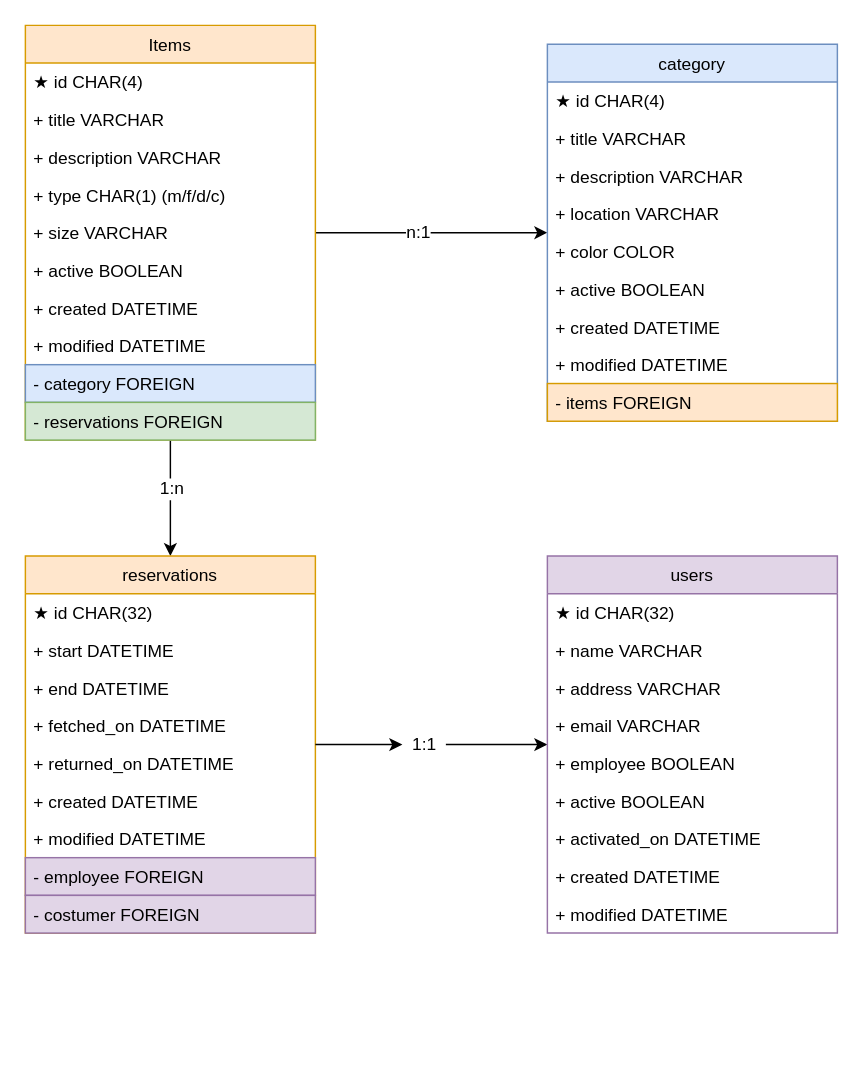
Above: draw.io/dbstructure.drawio in Lustiges-aus-dem-Computer/Gaidaros (draw.io), before the change. Source tidied: cells renumbered, new cells numbered last; positions are measured from the earlier drawing's top-left corner, leaving out a move shared by most shapes. Both pictures are drawn from the tidied source at 145%, with x=0, y=0 at pixel (25, 25).
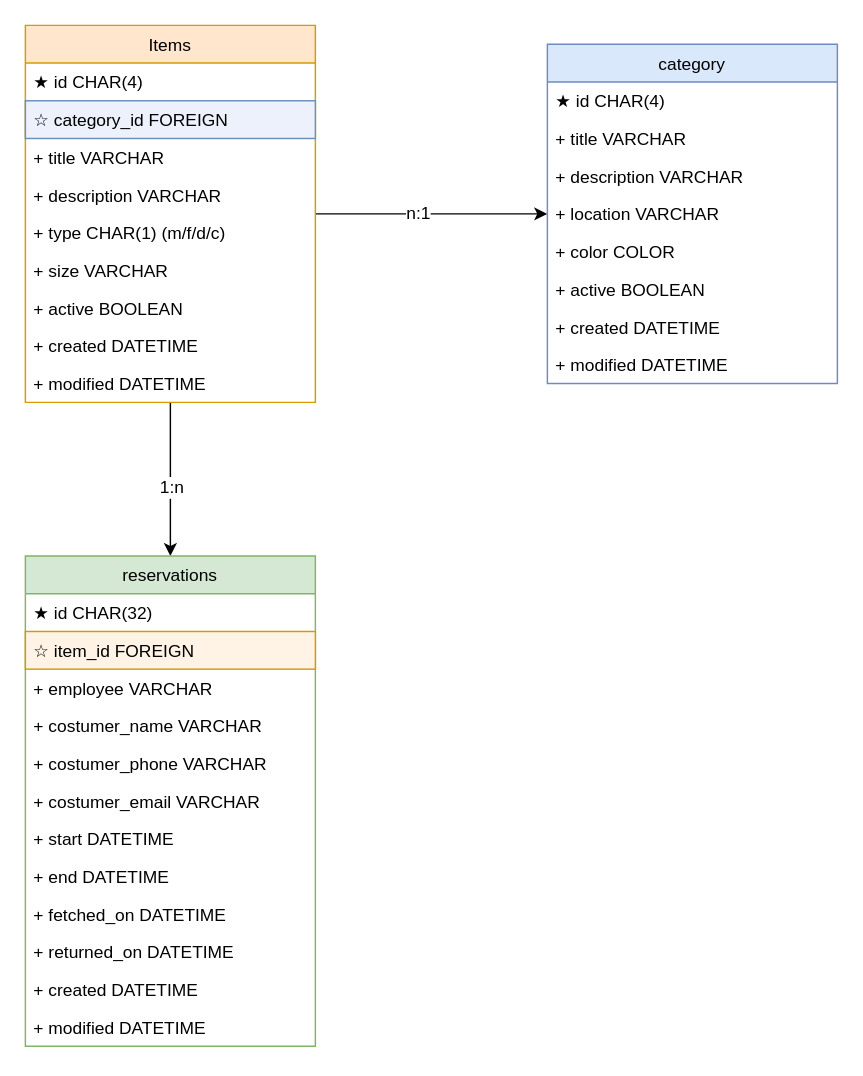
The same page after the edit.

Diff of the diagram source:
```diff
@@
     <mxCell id="6" value="Items" style="swimlane;fontStyle=0;horizontal=1;startSize=26;fillColor=#ffe6cc;strokeColor=#d79b00;" parent="1" vertex="1">
-      <mxGeometry width="200" height="286" as="geometry" />
+      <mxGeometry width="200" height="260" as="geometry" />
     </mxCell>
@@
+    <mxCell id="15" value="☆ category_id FOREIGN" style="text;align=left;verticalAlign=top;spacingLeft=4;spacingRight=4;overflow=hidden;fillColor=#EDF1FC;strokeColor=#6c8ebf;" parent="6" vertex="1">
+      <mxGeometry y="52" width="200" height="26" as="geometry" />
+    </mxCell>
     <mxCell id="8" value="+ title VARCHAR" style="text;strokeColor=none;fillColor=none;align=left;verticalAlign=top;spacingLeft=4;spacingRight=4;overflow=hidden;" parent="6" vertex="1">
-      <mxGeometry y="52" width="200" height="26" as="geometry" />
+      <mxGeometry y="78" width="200" height="26" as="geometry" />
     </mxCell>
     <mxCell id="9" value="+ description VARCHAR" style="text;strokeColor=none;fillColor=none;align=left;verticalAlign=top;spacingLeft=4;spacingRight=4;overflow=hidden;" parent="6" vertex="1">
-      <mxGeometry y="78" width="200" height="26" as="geometry" />
+      <mxGeometry y="104" width="200" height="26" as="geometry" />
     </mxCell>
     <mxCell id="10" value="+ type CHAR(1) (m/f/d/c)" style="text;strokeColor=none;fillColor=none;align=left;verticalAlign=top;spacingLeft=4;spacingRight=4;overflow=hidden;" parent="6" vertex="1">
-      <mxGeometry y="104" width="200" height="26" as="geometry" />
+      <mxGeometry y="130" width="200" height="26" as="geometry" />
     </mxCell>
     <mxCell id="11" value="+ size VARCHAR" style="text;strokeColor=none;fillColor=none;align=left;verticalAlign=top;spacingLeft=4;spacingRight=4;overflow=hidden;" parent="6" vertex="1">
-      <mxGeometry y="130" width="200" height="26" as="geometry" />
+      <mxGeometry y="156" width="200" height="26" as="geometry" />
     </mxCell>
     <mxCell id="12" value="+ active BOOLEAN" style="text;strokeColor=none;fillColor=none;align=left;verticalAlign=top;spacingLeft=4;spacingRight=4;overflow=hidden;" parent="6" vertex="1">
-      <mxGeometry y="156" width="200" height="26" as="geometry" />
+      <mxGeometry y="182" width="200" height="26" as="geometry" />
     </mxCell>
     <mxCell id="13" value="+ created DATETIME" style="text;strokeColor=none;fillColor=none;align=left;verticalAlign=top;spacingLeft=4;spacingRight=4;overflow=hidden;" parent="6" vertex="1">
-      <mxGeometry y="182" width="200" height="26" as="geometry" />
+      <mxGeometry y="208" width="200" height="26" as="geometry" />
     </mxCell>
     <mxCell id="14" value="+ modified DATETIME" style="text;strokeColor=none;fillColor=none;align=left;verticalAlign=top;spacingLeft=4;spacingRight=4;overflow=hidden;" parent="6" vertex="1">
-      <mxGeometry y="208" width="200" height="26" as="geometry" />
+      <mxGeometry y="234" width="200" height="26" as="geometry" />
     </mxCell>
-    <mxCell id="15" value="- category FOREIGN" style="text;align=left;verticalAlign=top;spacingLeft=4;spacingRight=4;overflow=hidden;fillColor=#dae8fc;strokeColor=#6c8ebf;" parent="6" vertex="1">
-      <mxGeometry y="234" width="200" height="26" as="geometry" />
-    </mxCell>
-    <mxCell id="16" value="- reservations FOREIGN" style="text;align=left;verticalAlign=top;spacingLeft=4;spacingRight=4;overflow=hidden;fillColor=#d5e8d4;strokeColor=#82b366;" parent="6" vertex="1">
-      <mxGeometry y="260" width="200" height="26" as="geometry" />
-    </mxCell>
-    <mxCell id="17" style="edgeStyle=orthogonalEdgeStyle;rounded=0;jettySize=auto;html=1;" parent="1" edge="1" source="48" target="28">
-      <mxGeometry relative="1" as="geometry" />
-    </mxCell>
-    <mxCell id="18" value="reservations" style="swimlane;fontStyle=0;horizontal=1;startSize=26;fillColor=#ffe6cc;strokeColor=#d79b00;" parent="1" vertex="1">
-      <mxGeometry y="366" width="200" height="260" as="geometry" />
+    <mxCell id="18" value="reservations" style="swimlane;fontStyle=0;horizontal=1;startSize=26;fillColor=#d5e8d4;strokeColor=#82b366;" parent="1" vertex="1">
+      <mxGeometry y="366" width="200" height="338" as="geometry" />
     </mxCell>
@@
+    <mxCell id="50" value="☆ item_id FOREIGN" style="text;align=left;verticalAlign=top;spacingLeft=4;spacingRight=4;overflow=hidden;fillColor=#FFF3E6;strokeColor=#d79b00;" parent="18" vertex="1">
+      <mxGeometry y="52" width="200" height="26" as="geometry" />
+    </mxCell>
+    <mxCell id="51" value="+ employee VARCHAR" style="text;strokeColor=none;fillColor=none;align=left;verticalAlign=top;spacingLeft=4;spacingRight=4;overflow=hidden;" parent="18" vertex="1">
+      <mxGeometry y="78" width="200" height="26" as="geometry" />
+    </mxCell>
+    <mxCell id="52" value="+ costumer_name VARCHAR" style="text;strokeColor=none;fillColor=none;align=left;verticalAlign=top;spacingLeft=4;spacingRight=4;overflow=hidden;" parent="18" vertex="1">
+      <mxGeometry y="104" width="200" height="26" as="geometry" />
+    </mxCell>
+    <mxCell id="53" value="+ costumer_phone VARCHAR" style="text;strokeColor=none;fillColor=none;align=left;verticalAlign=top;spacingLeft=4;spacingRight=4;overflow=hidden;" parent="18" vertex="1">
+      <mxGeometry y="130" width="200" height="26" as="geometry" />
+    </mxCell>
+    <mxCell id="54" value="+ costumer_email VARCHAR" style="text;strokeColor=none;fillColor=none;align=left;verticalAlign=top;spacingLeft=4;spacingRight=4;overflow=hidden;" parent="18" vertex="1">
+      <mxGeometry y="156" width="200" height="26" as="geometry" />
+    </mxCell>
     <mxCell id="20" value="+ start DATETIME" style="text;strokeColor=none;fillColor=none;align=left;verticalAlign=top;spacingLeft=4;spacingRight=4;overflow=hidden;" parent="18" vertex="1">
-      <mxGeometry y="52" width="200" height="26" as="geometry" />
+      <mxGeometry y="182" width="200" height="26" as="geometry" />
     </mxCell>
     <mxCell id="21" value="+ end DATETIME" style="text;strokeColor=none;fillColor=none;align=left;verticalAlign=top;spacingLeft=4;spacingRight=4;overflow=hidden;" parent="18" vertex="1">
-      <mxGeometry y="78" width="200" height="26" as="geometry" />
+      <mxGeometry y="208" width="200" height="26" as="geometry" />
     </mxCell>
     <mxCell id="22" value="+ fetched_on DATETIME" style="text;strokeColor=none;fillColor=none;align=left;verticalAlign=top;spacingLeft=4;spacingRight=4;overflow=hidden;" parent="18" vertex="1">
-      <mxGeometry y="104" width="200" height="26" as="geometry" />
+      <mxGeometry y="234" width="200" height="26" as="geometry" />
     </mxCell>
     <mxCell id="23" value="+ returned_on DATETIME" style="text;strokeColor=none;fillColor=none;align=left;verticalAlign=top;spacingLeft=4;spacingRight=4;overflow=hidden;" parent="18" vertex="1">
-      <mxGeometry y="130" width="200" height="26" as="geometry" />
+      <mxGeometry y="260" width="200" height="26" as="geometry" />
     </mxCell>
     <mxCell id="24" value="+ created DATETIME" style="text;strokeColor=none;fillColor=none;align=left;verticalAlign=top;spacingLeft=4;spacingRight=4;overflow=hidden;" parent="18" vertex="1">
-      <mxGeometry y="156" width="200" height="26" as="geometry" />
+      <mxGeometry y="286" width="200" height="26" as="geometry" />
     </mxCell>
     <mxCell id="25" value="+ modified DATETIME" style="text;strokeColor=none;fillColor=none;align=left;verticalAlign=top;spacingLeft=4;spacingRight=4;overflow=hidden;" parent="18" vertex="1">
-      <mxGeometry y="182" width="200" height="26" as="geometry" />
+      <mxGeometry y="312" width="200" height="26" as="geometry" />
     </mxCell>
-    <mxCell id="26" value="- employee FOREIGN" style="text;align=left;verticalAlign=top;spacingLeft=4;spacingRight=4;overflow=hidden;fillColor=#e1d5e7;strokeColor=#9673a6;" parent="18" vertex="1">
-      <mxGeometry y="208" width="200" height="26" as="geometry" />
-    </mxCell>
-    <mxCell id="27" value="- costumer FOREIGN" style="text;align=left;verticalAlign=top;spacingLeft=4;spacingRight=4;overflow=hidden;fillColor=#e1d5e7;strokeColor=#9673a6;" parent="18" vertex="1">
-      <mxGeometry y="234" width="200" height="26" as="geometry" />
-    </mxCell>
-    <mxCell id="28" value="users" style="swimlane;fontStyle=0;horizontal=1;startSize=26;fillColor=#e1d5e7;strokeColor=#9673a6;" parent="1" vertex="1">
-      <mxGeometry x="360" y="366" width="200" height="260" as="geometry" />
-    </mxCell>
-    <mxCell id="29" value="★ id CHAR(32)" style="text;strokeColor=none;fillColor=none;align=left;verticalAlign=top;spacingLeft=4;spacingRight=4;overflow=hidden;" parent="28" vertex="1">
-      <mxGeometry y="26" width="200" height="26" as="geometry" />
-    </mxCell>
-    <mxCell id="30" value="+ name VARCHAR" style="text;strokeColor=none;fillColor=none;align=left;verticalAlign=top;spacingLeft=4;spacingRight=4;overflow=hidden;" parent="28" vertex="1">
-      <mxGeometry y="52" width="200" height="26" as="geometry" />
-    </mxCell>
-    <mxCell id="31" value="+ address VARCHAR" style="text;strokeColor=none;fillColor=none;align=left;verticalAlign=top;spacingLeft=4;spacingRight=4;overflow=hidden;" parent="28" vertex="1">
-      <mxGeometry y="78" width="200" height="26" as="geometry" />
-    </mxCell>
-    <mxCell id="32" value="+ email VARCHAR" style="text;strokeColor=none;fillColor=none;align=left;verticalAlign=top;spacingLeft=4;spacingRight=4;overflow=hidden;" parent="28" vertex="1">
-      <mxGeometry y="104" width="200" height="26" as="geometry" />
-    </mxCell>
-    <mxCell id="33" value="+ employee BOOLEAN" style="text;strokeColor=none;fillColor=none;align=left;verticalAlign=top;spacingLeft=4;spacingRight=4;overflow=hidden;" parent="28" vertex="1">
-      <mxGeometry y="130" width="200" height="26" as="geometry" />
-    </mxCell>
-    <mxCell id="34" value="+ active BOOLEAN" style="text;strokeColor=none;fillColor=none;align=left;verticalAlign=top;spacingLeft=4;spacingRight=4;overflow=hidden;" parent="28" vertex="1">
-      <mxGeometry y="156" width="200" height="26" as="geometry" />
-    </mxCell>
-    <mxCell id="35" value="+ activated_on DATETIME" style="text;strokeColor=none;fillColor=none;align=left;verticalAlign=top;spacingLeft=4;spacingRight=4;overflow=hidden;" parent="28" vertex="1">
-      <mxGeometry y="182" width="200" height="26" as="geometry" />
-    </mxCell>
-    <mxCell id="36" value="+ created DATETIME" style="text;strokeColor=none;fillColor=none;align=left;verticalAlign=top;spacingLeft=4;spacingRight=4;overflow=hidden;" parent="28" vertex="1">
-      <mxGeometry y="208" width="200" height="26" as="geometry" />
-    </mxCell>
-    <mxCell id="37" value="+ modified DATETIME" style="text;strokeColor=none;fillColor=none;align=left;verticalAlign=top;spacingLeft=4;spacingRight=4;overflow=hidden;" parent="28" vertex="1">
-      <mxGeometry y="234" width="200" height="26" as="geometry" />
-    </mxCell>
     <mxCell id="38" value="category" style="swimlane;fontStyle=0;horizontal=1;startSize=26;fillColor=#dae8fc;strokeColor=#6c8ebf;" parent="1" vertex="1">
-      <mxGeometry x="360" y="13" width="200" height="260" as="geometry" />
+      <mxGeometry x="360" y="13" width="200" height="234" as="geometry" />
     </mxCell>
@@
-    <mxCell id="47" value="- items FOREIGN" style="text;align=left;verticalAlign=top;spacingLeft=4;spacingRight=4;overflow=hidden;fillColor=#ffe6cc;strokeColor=#d79b00;" parent="38" vertex="1">
-      <mxGeometry y="234" width="200" height="26" as="geometry" />
-    </mxCell>
-    <mxCell id="48" value="1:1" style="text;html=1;align=center;verticalAlign=middle;points=[];" parent="1" vertex="1">
-      <mxGeometry x="260" y="486" width="30" height="20" as="geometry" />
-    </mxCell>
-    <mxCell id="49" style="edgeStyle=orthogonalEdgeStyle;rounded=0;jettySize=auto;html=1;" parent="1" edge="1" source="18" target="48">
-      <mxGeometry relative="1" as="geometry" />
-    </mxCell>
```
